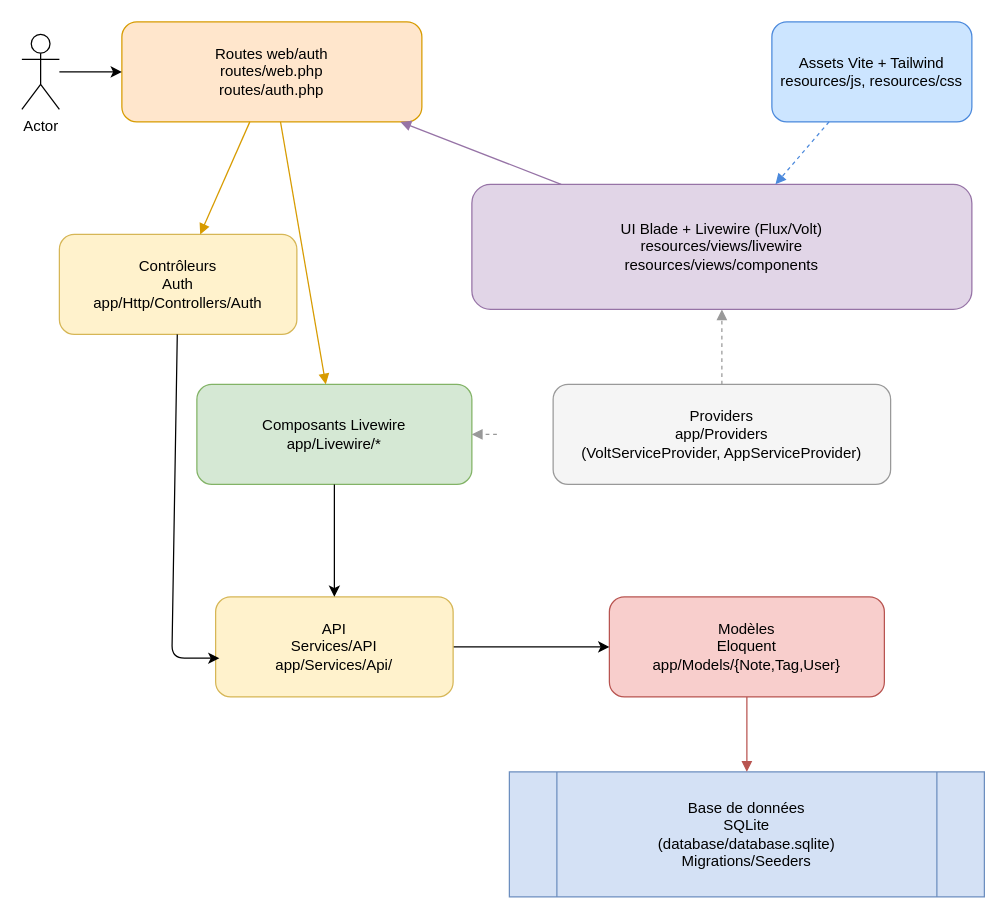
The draw.io diagram page "Avec API" (2 of 2) of archi/architecture.drawio in mathador/projet3_exo1et2, before the edit. Source tidied: cells renumbered, new cells numbered last; positions are measured from the earlier drawing's top-left corner, leaving out a move shared by most shapes. Both pictures are drawn from the tidied source at 125%, with x=0, y=0 at pixel (21, 21).
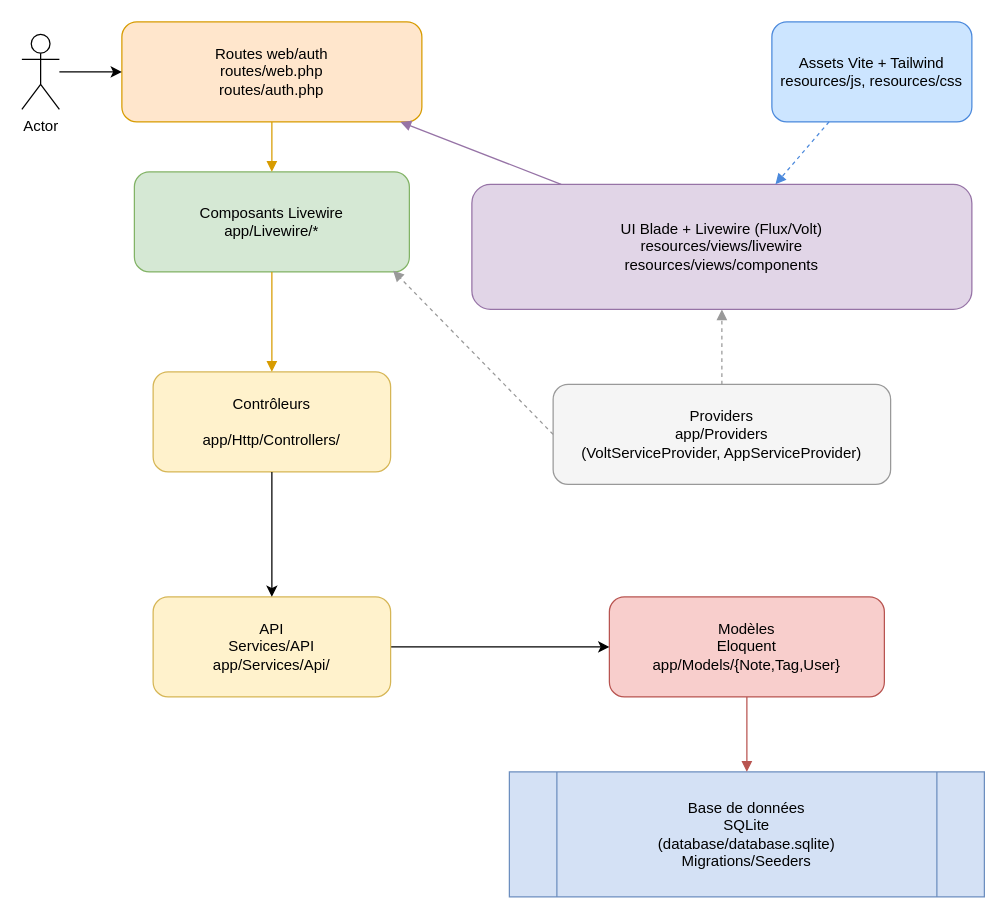
After the change.

Commit message (it also covers changes not shown here):
manquait le auth service

Unchanged cells that the change refers to:
```xml
<mxCell id="3" value="Routes web/auth&lt;br&gt;routes/web.php&lt;br&gt;routes/auth.php" style="rounded=1;whiteSpace=wrap;html=1;fillColor=#ffe6cc;strokeColor=#d79b00;" parent="1" vertex="1">
  <mxGeometry x="80" width="240" height="80" as="geometry" />
</mxCell>
<mxCell id="9" value="Providers&lt;br&gt;app/Providers&lt;br&gt;(VoltServiceProvider, AppServiceProvider)" style="rounded=1;whiteSpace=wrap;html=1;fillColor=#f5f5f5;strokeColor=#999999;" parent="1" vertex="1">
  <mxGeometry x="425" y="290" width="270" height="80" as="geometry" />
</mxCell>
```

What changed in the source:
```diff
@@
-    <mxCell id="4" value="Contrôleurs &lt;br&gt;Auth&lt;br&gt;app/Http/Controllers/Auth" style="rounded=1;whiteSpace=wrap;html=1;fillColor=#fff2cc;strokeColor=#d6b656;" parent="1" vertex="1">
-      <mxGeometry x="30" y="170" width="190" height="80" as="geometry" />
+    <mxCell id="4" value="Contrôleurs &lt;br&gt;&lt;br&gt;app/Http/Controllers/" style="rounded=1;whiteSpace=wrap;html=1;fillColor=#fff2cc;strokeColor=#d6b656;" parent="1" vertex="1">
+      <mxGeometry x="105" y="280" width="190" height="80" as="geometry" />
     </mxCell>
     <mxCell id="5" value="Composants Livewire&lt;br&gt;app/Livewire/*" style="rounded=1;whiteSpace=wrap;html=1;fillColor=#d5e8d4;strokeColor=#82b366;" parent="1" vertex="1">
-      <mxGeometry x="140" y="290" width="220" height="80" as="geometry" />
+      <mxGeometry x="90" y="120" width="220" height="80" as="geometry" />
     </mxCell>
@@
-    <mxCell id="12" style="endArrow=block;html=1;strokeColor=#d79b00;" parent="1" edge="1" source="3" target="4">
+    <mxCell id="12" style="endArrow=block;html=1;strokeColor=#d79b00;exitX=0.5;exitY=1;exitDx=0;exitDy=0;" parent="1" edge="1" source="5" target="4">
       <mxGeometry relative="1" as="geometry" />
     </mxCell>
@@
-    <mxCell id="16" style="endArrow=block;dashed=1;html=1;strokeColor=#999999;" parent="1" edge="1" target="5">
-      <mxGeometry relative="1" as="geometry">
-        <mxPoint x="380" y="330" as="sourcePoint" />
-      </mxGeometry>
+    <mxCell id="16" style="endArrow=block;dashed=1;html=1;strokeColor=#999999;entryX=0.941;entryY=0.988;entryDx=0;entryDy=0;entryPerimeter=0;exitX=0;exitY=0.5;exitDx=0;exitDy=0;" parent="1" edge="1" source="9" target="5">
+      <mxGeometry relative="1" as="geometry" />
     </mxCell>
@@
     <mxCell id="20" value="API&lt;br&gt;Services/API&lt;br&gt;app/Services/Api/" style="rounded=1;whiteSpace=wrap;html=1;fillColor=#fff2cc;strokeColor=#d6b656;" parent="1" vertex="1">
-      <mxGeometry x="155" y="460" width="190" height="80" as="geometry" />
+      <mxGeometry x="105" y="460" width="190" height="80" as="geometry" />
     </mxCell>
-    <mxCell id="21" style="edgeStyle=none;html=1;entryX=0.5;entryY=0;entryDx=0;entryDy=0;" parent="1" edge="1" source="5" target="20">
-      <mxGeometry relative="1" as="geometry" />
-    </mxCell>
-    <mxCell id="22" style="edgeStyle=none;html=1;entryX=0.016;entryY=0.613;entryDx=0;entryDy=0;entryPerimeter=0;" parent="1" edge="1" source="4" target="20">
-      <mxGeometry relative="1" as="geometry">
-        <Array as="points">
-          <mxPoint x="120" y="509" />
-        </Array>
-      </mxGeometry>
+    <mxCell id="22" style="edgeStyle=none;html=1;entryX=0.5;entryY=0;entryDx=0;entryDy=0;" parent="1" edge="1" source="4" target="20">
+      <mxGeometry relative="1" as="geometry" />
     </mxCell>
```
